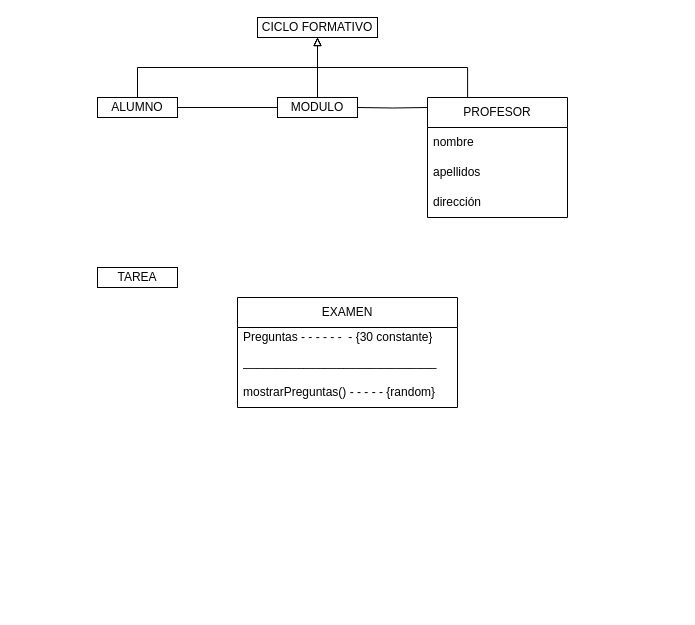
This is Untitled Diagram.drawio from diegokoes/entornos-Piano, a draw.io file, before an edit. Source tidied: cells renumbered, new cells numbered last; positions are measured from the earlier drawing's top-left corner, leaving out a move shared by most shapes. Both pictures are drawn from the tidied source at 100%, with x=0, y=0 at pixel (97, 17).
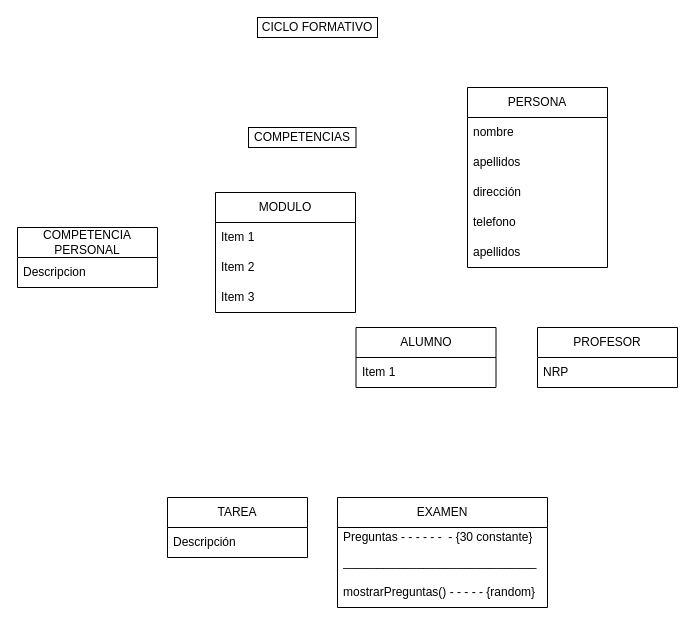
The same diagram, later.

Unchanged cells that the change refers to:
```xml
<mxCell id="14" value="CICLO FORMATIVO" style="rounded=0;whiteSpace=wrap;html=1;" parent="1" vertex="1">
  <mxGeometry x="160" width="120" height="20" as="geometry" />
</mxCell>
```

The edit, as a diff of the source:
```diff
@@
-    <mxCell id="2" style="edgeStyle=orthogonalEdgeStyle;rounded=0;jettySize=auto;html=1;entryX=1;entryY=0.5;entryDx=0;entryDy=0;endArrow=none;endFill=0;" parent="1" edge="1" source="4" target="6">
-      <mxGeometry relative="1" as="geometry" />
-    </mxCell>
-    <mxCell id="3" style="edgeStyle=orthogonalEdgeStyle;rounded=0;jettySize=auto;html=1;entryX=0.5;entryY=1;entryDx=0;entryDy=0;endArrow=block;endFill=0;" parent="1" edge="1" source="4" target="14">
-      <mxGeometry relative="1" as="geometry" />
-    </mxCell>
-    <mxCell id="4" value="MODULO" style="rounded=0;whiteSpace=wrap;html=1;" parent="1" vertex="1">
-      <mxGeometry x="180" y="80" width="80" height="20" as="geometry" />
-    </mxCell>
-    <mxCell id="5" style="edgeStyle=orthogonalEdgeStyle;rounded=0;jettySize=auto;html=1;exitX=0.5;exitY=0;exitDx=0;exitDy=0;entryX=0.5;entryY=1;entryDx=0;entryDy=0;endArrow=block;endFill=0;" parent="1" edge="1" source="6" target="14">
-      <mxGeometry relative="1" as="geometry" />
-    </mxCell>
-    <mxCell id="6" value="ALUMNO" style="rounded=0;whiteSpace=wrap;html=1;" parent="1" vertex="1">
-      <mxGeometry y="80" width="80" height="20" as="geometry" />
-    </mxCell>
-    <mxCell id="7" style="edgeStyle=orthogonalEdgeStyle;rounded=0;jettySize=auto;html=1;endArrow=none;endFill=0;" parent="1" edge="1" target="4">
-      <mxGeometry relative="1" as="geometry">
-        <mxPoint x="330" y="90" as="sourcePoint" />
-      </mxGeometry>
-    </mxCell>
-    <mxCell id="8" style="edgeStyle=orthogonalEdgeStyle;rounded=0;jettySize=auto;html=1;entryX=0.5;entryY=1;entryDx=0;entryDy=0;endArrow=block;endFill=0;" parent="1" edge="1" target="14">
-      <mxGeometry relative="1" as="geometry">
-        <mxPoint x="370.1" y="80" as="sourcePoint" />
-        <Array as="points">
-          <mxPoint x="370" y="50" />
-          <mxPoint x="220" y="50" />
-        </Array>
-      </mxGeometry>
-    </mxCell>
-    <mxCell id="9" value="TAREA" style="rounded=0;whiteSpace=wrap;html=1;" parent="1" vertex="1">
-      <mxGeometry y="250" width="80" height="20" as="geometry" />
-    </mxCell>
     <mxCell id="10" value="EXAMEN" style="swimlane;fontStyle=0;horizontal=1;startSize=30;whiteSpace=wrap;html=1;" parent="1" vertex="1">
-      <mxGeometry x="140" y="280" width="220" height="110" as="geometry" />
+      <mxGeometry x="240" y="480" width="210" height="110" as="geometry" />
     </mxCell>
     <mxCell id="11" value="Preguntas - - - - - -&amp;nbsp; - {30 constante}" style="text;strokeColor=none;fillColor=none;align=left;verticalAlign=middle;spacingLeft=4;spacingRight=4;overflow=hidden;whiteSpace=wrap;html=1;" parent="10" vertex="1">
-      <mxGeometry y="30" width="220" height="20" as="geometry" />
+      <mxGeometry y="30" width="210" height="20" as="geometry" />
     </mxCell>
     <mxCell id="12" value="_____________________________" style="text;strokeColor=none;fillColor=none;align=left;verticalAlign=middle;spacingLeft=4;spacingRight=4;overflow=hidden;whiteSpace=wrap;html=1;" parent="10" vertex="1">
-      <mxGeometry y="50" width="220" height="30" as="geometry" />
+      <mxGeometry y="50" width="210" height="30" as="geometry" />
     </mxCell>
     <mxCell id="13" value="mostrarPreguntas() - - - - - {random}" style="text;strokeColor=none;fillColor=none;align=left;verticalAlign=middle;spacingLeft=4;spacingRight=4;overflow=hidden;whiteSpace=wrap;html=1;" parent="10" vertex="1">
-      <mxGeometry y="80" width="220" height="30" as="geometry" />
+      <mxGeometry y="80" width="210" height="30" as="geometry" />
     </mxCell>
@@
-    <mxCell id="15" value="PROFESOR" style="swimlane;fontStyle=0;horizontal=1;startSize=30;whiteSpace=wrap;html=1;" parent="1" vertex="1">
-      <mxGeometry x="330" y="80" width="140" height="120" as="geometry" />
+    <mxCell id="15" value="PERSONA" style="swimlane;fontStyle=0;horizontal=1;startSize=30;whiteSpace=wrap;html=1;" parent="1" vertex="1">
+      <mxGeometry x="370" y="70" width="140" height="180" as="geometry" />
     </mxCell>
@@
+    <mxCell id="19" value="telefono" style="text;strokeColor=none;fillColor=none;align=left;verticalAlign=middle;spacingLeft=4;spacingRight=4;overflow=hidden;whiteSpace=wrap;html=1;" parent="15" vertex="1">
+      <mxGeometry y="120" width="140" height="30" as="geometry" />
+    </mxCell>
+    <mxCell id="20" value="apellidos" style="text;strokeColor=none;fillColor=none;align=left;verticalAlign=middle;spacingLeft=4;spacingRight=4;overflow=hidden;whiteSpace=wrap;html=1;" parent="15" vertex="1">
+      <mxGeometry y="150" width="140" height="30" as="geometry" />
+    </mxCell>
+    <mxCell id="21" value="COMPETENCIAS" style="rounded=0;whiteSpace=wrap;html=1;" parent="1" vertex="1">
+      <mxGeometry x="151" y="110" width="107.5" height="20" as="geometry" />
+    </mxCell>
+    <mxCell id="22" value="PROFESOR" style="swimlane;fontStyle=0;horizontal=1;startSize=30;whiteSpace=wrap;html=1;" parent="1" vertex="1">
+      <mxGeometry x="440" y="310" width="140" height="60" as="geometry" />
+    </mxCell>
+    <mxCell id="23" value="NRP" style="text;strokeColor=none;fillColor=none;align=left;verticalAlign=middle;spacingLeft=4;spacingRight=4;overflow=hidden;whiteSpace=wrap;html=1;" parent="22" vertex="1">
+      <mxGeometry y="30" width="140" height="30" as="geometry" />
+    </mxCell>
+    <mxCell id="6" value="ALUMNO" style="swimlane;fontStyle=0;horizontal=1;startSize=30;whiteSpace=wrap;html=1;" parent="1" vertex="1">
+      <mxGeometry x="258.5" y="310" width="140" height="60" as="geometry" />
+    </mxCell>
+    <mxCell id="24" value="Item 1" style="text;strokeColor=none;fillColor=none;align=left;verticalAlign=middle;spacingLeft=4;spacingRight=4;overflow=hidden;whiteSpace=wrap;html=1;" parent="6" vertex="1">
+      <mxGeometry y="30" width="140" height="30" as="geometry" />
+    </mxCell>
+    <mxCell id="25" value="COMPETENCIA PERSONAL" style="swimlane;fontStyle=0;horizontal=1;startSize=30;whiteSpace=wrap;html=1;" parent="1" vertex="1">
+      <mxGeometry x="-80" y="210" width="140" height="60" as="geometry" />
+    </mxCell>
+    <mxCell id="26" value="Descripcion" style="text;strokeColor=none;fillColor=none;align=left;verticalAlign=middle;spacingLeft=4;spacingRight=4;overflow=hidden;whiteSpace=wrap;html=1;" parent="25" vertex="1">
+      <mxGeometry y="30" width="140" height="30" as="geometry" />
+    </mxCell>
+    <mxCell id="9" value="TAREA" style="swimlane;fontStyle=0;horizontal=1;startSize=30;whiteSpace=wrap;html=1;" parent="1" vertex="1">
+      <mxGeometry x="70" y="480" width="140" height="60" as="geometry" />
+    </mxCell>
+    <mxCell id="27" value="Descripción" style="text;strokeColor=none;fillColor=none;align=left;verticalAlign=middle;spacingLeft=4;spacingRight=4;overflow=hidden;whiteSpace=wrap;html=1;" parent="9" vertex="1">
+      <mxGeometry y="30" width="140" height="30" as="geometry" />
+    </mxCell>
+    <mxCell id="4" value="MODULO" style="swimlane;fontStyle=0;horizontal=1;startSize=30;whiteSpace=wrap;html=1;" parent="1" vertex="1">
+      <mxGeometry x="118" y="175" width="140" height="120" as="geometry" />
+    </mxCell>
+    <mxCell id="28" value="Item 1" style="text;strokeColor=none;fillColor=none;align=left;verticalAlign=middle;spacingLeft=4;spacingRight=4;overflow=hidden;whiteSpace=wrap;html=1;" parent="4" vertex="1">
+      <mxGeometry y="30" width="140" height="30" as="geometry" />
+    </mxCell>
+    <mxCell id="29" value="Item 2" style="text;strokeColor=none;fillColor=none;align=left;verticalAlign=middle;spacingLeft=4;spacingRight=4;overflow=hidden;whiteSpace=wrap;html=1;" parent="4" vertex="1">
+      <mxGeometry y="60" width="140" height="30" as="geometry" />
+    </mxCell>
+    <mxCell id="30" value="Item 3" style="text;strokeColor=none;fillColor=none;align=left;verticalAlign=middle;spacingLeft=4;spacingRight=4;overflow=hidden;whiteSpace=wrap;html=1;" parent="4" vertex="1">
+      <mxGeometry y="90" width="140" height="30" as="geometry" />
+    </mxCell>
```
